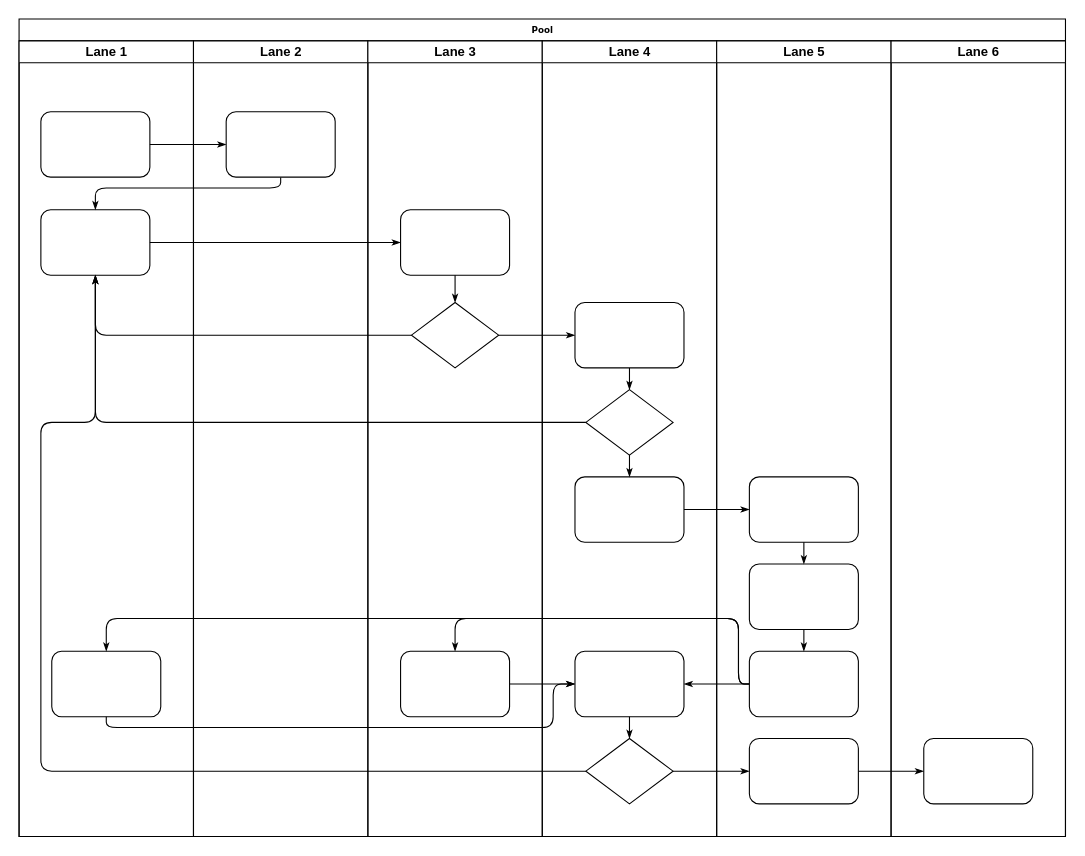
Before: xiwang/入口年级-数据流图.drawio in LanSeTianYe/draw, a draw.io diagram. Source tidied: cells renumbered, new cells numbered last; positions are measured from the earlier drawing's top-left corner, leaving out a move shared by most shapes. Both pictures are drawn from the tidied source at 109%, with x=0, y=0 at pixel (19, 19).
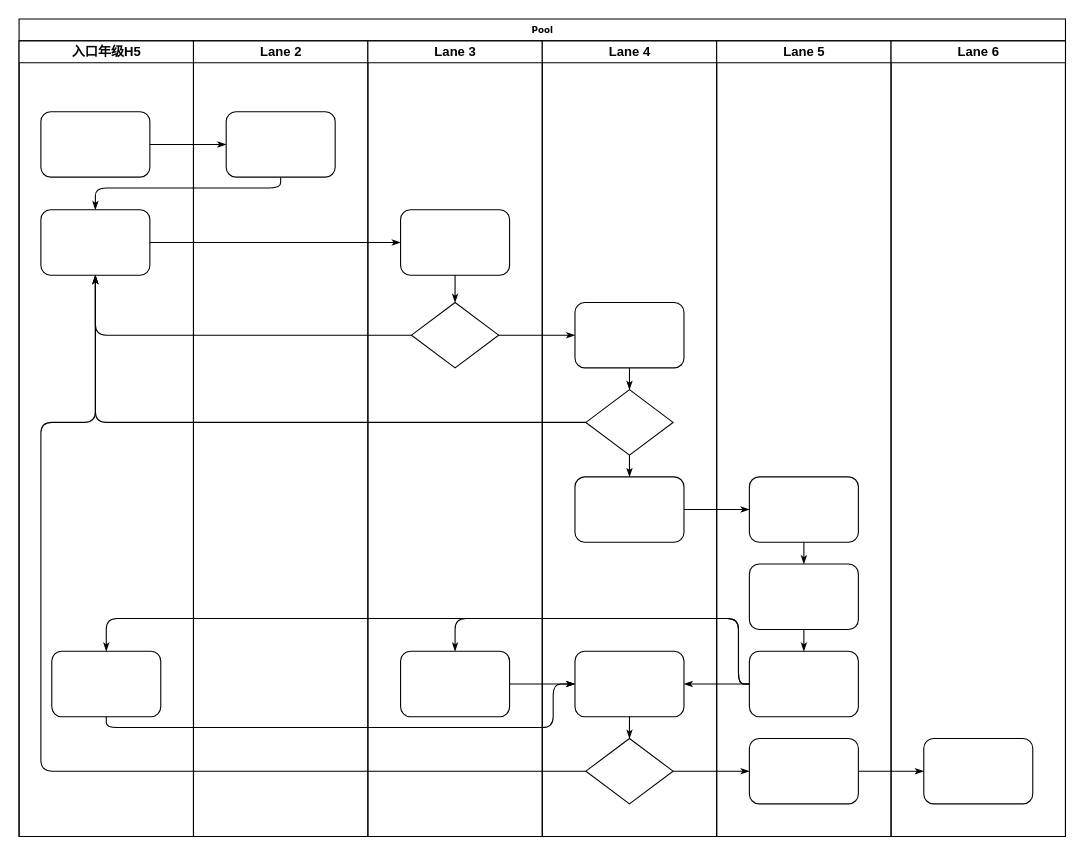
Above is the later version.

Commit message (it also covers changes not shown here):
更新入口年级-数据流图.drawio

Unchanged cells that the change refers to:
```xml
<mxCell id="2" value="Pool" style="swimlane;html=1;startSize=20;rounded=0;shadow=0;labelBackgroundColor=none;strokeWidth=1;fontFamily=Verdana;fontSize=8;align=center;" parent="1" vertex="1">
  <mxGeometry width="960" height="750" as="geometry" />
</mxCell>
```

What changed in the source:
```diff
@@
-    <mxCell id="3" value="Lane 1" style="swimlane;html=1;startSize=20;" parent="2" vertex="1">
+    <mxCell id="3" value="入口年级H5" style="swimlane;html=1;startSize=20;" parent="2" vertex="1">
       <mxGeometry y="20" width="160" height="730" as="geometry" />
     </mxCell>
```
